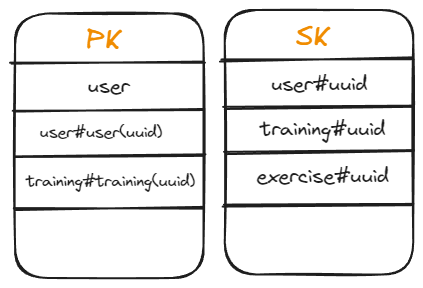
vitorrsousaa/points keeps this Excalidraw diagram as apps/api/database.excalidraw.png. Above is the earlier version. Source tidied: one line per element, renumbered; positions are measured from the earlier drawing's top-left corner, leaving out a move shared by most shapes.
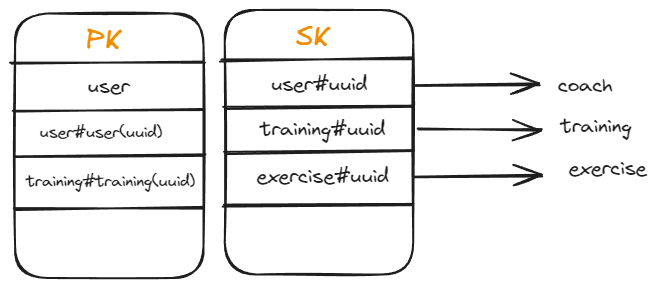
After the commit.

Commit message:
docs(api): :memo: add table docs

The edit, as a diff of the source:
```diff
@@ -16,3 +16,9 @@
 {"id": 15, "type": "text", "text": "user#uuid", "strokeColor": "#1e1e1e", "strokeWidth": 2, "roughness": 1, "fontSize": 20, "fontFamily": 1, "x": 259, "y": 63, "width": 96, "height": 25}
 {"id": 16, "type": "text", "text": "training#uuid", "strokeColor": "#1e1e1e", "strokeWidth": 2, "roughness": 1, "fontSize": 20, "fontFamily": 1, "x": 249, "y": 108, "width": 125, "height": 25}
 {"id": 17, "type": "text", "text": "exercise#uuid", "strokeColor": "#1e1e1e", "strokeWidth": 2, "roughness": 1, "fontSize": 20, "fontFamily": 1, "x": 245, "y": 155, "width": 132, "height": 25}
+{"id": 18, "type": "arrow", "strokeColor": "#1e1e1e", "strokeWidth": 2, "roughness": 1, "endArrowhead": "arrow", "round": true, "x": 401, "y": 75, "width": 126, "height": 1, "points": [[0, 0], [126, -1]]}
+{"id": 19, "type": "text", "text": "coach", "strokeColor": "#1e1e1e", "strokeWidth": 2, "roughness": 1, "fontSize": 20, "fontFamily": 1, "x": 546, "y": 64, "width": 54, "height": 25}
+{"id": 20, "type": "arrow", "strokeColor": "#1e1e1e", "strokeWidth": 2, "roughness": 1, "endArrowhead": "arrow", "round": true, "from": 9, "x": 406, "y": 120, "width": 124, "height": 1, "points": [[0, 0], [124, -1]]}
+{"id": 21, "type": "text", "text": "training", "strokeColor": "#1e1e1e", "strokeWidth": 2, "roughness": 1, "fontSize": 20, "fontFamily": 1, "x": 549, "y": 105, "width": 71, "height": 25}
+{"id": 22, "type": "arrow", "strokeColor": "#1e1e1e", "strokeWidth": 2, "roughness": 1, "endArrowhead": "arrow", "round": true, "from": 9, "x": 402, "y": 166, "width": 128, "height": 1, "points": [[0, 0], [128, -1]]}
+{"id": 23, "type": "text", "text": "exercise", "strokeColor": "#1e1e1e", "strokeWidth": 2, "roughness": 1, "fontSize": 20, "fontFamily": 1, "x": 557, "y": 147, "width": 78, "height": 25}
```
